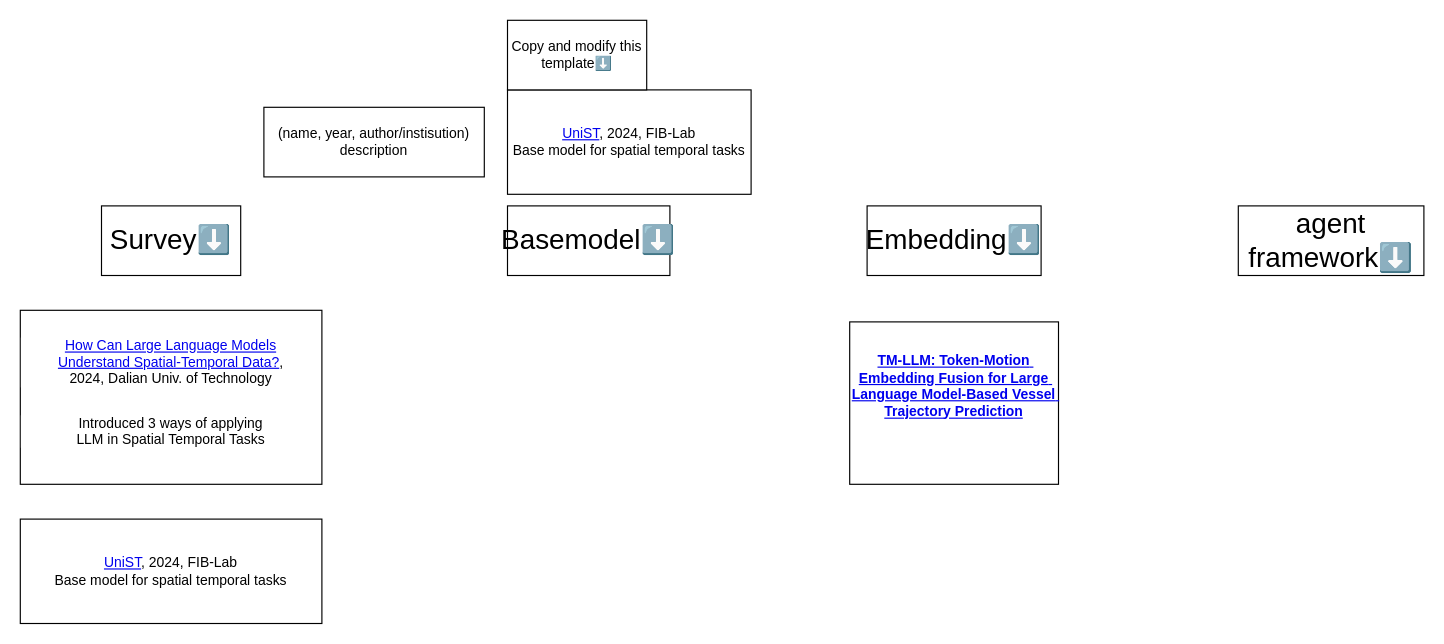
Above: literature-review.drawio in CaptainCCCP/Multi-agents-large-scale-migration-simulation (draw.io), before the change. Source tidied: cells renumbered, new cells numbered last; positions are measured from the earlier drawing's top-left corner, leaving out a move shared by most shapes. Both pictures are drawn from the tidied source at 116%, with x=0, y=0 at pixel (20, 20).
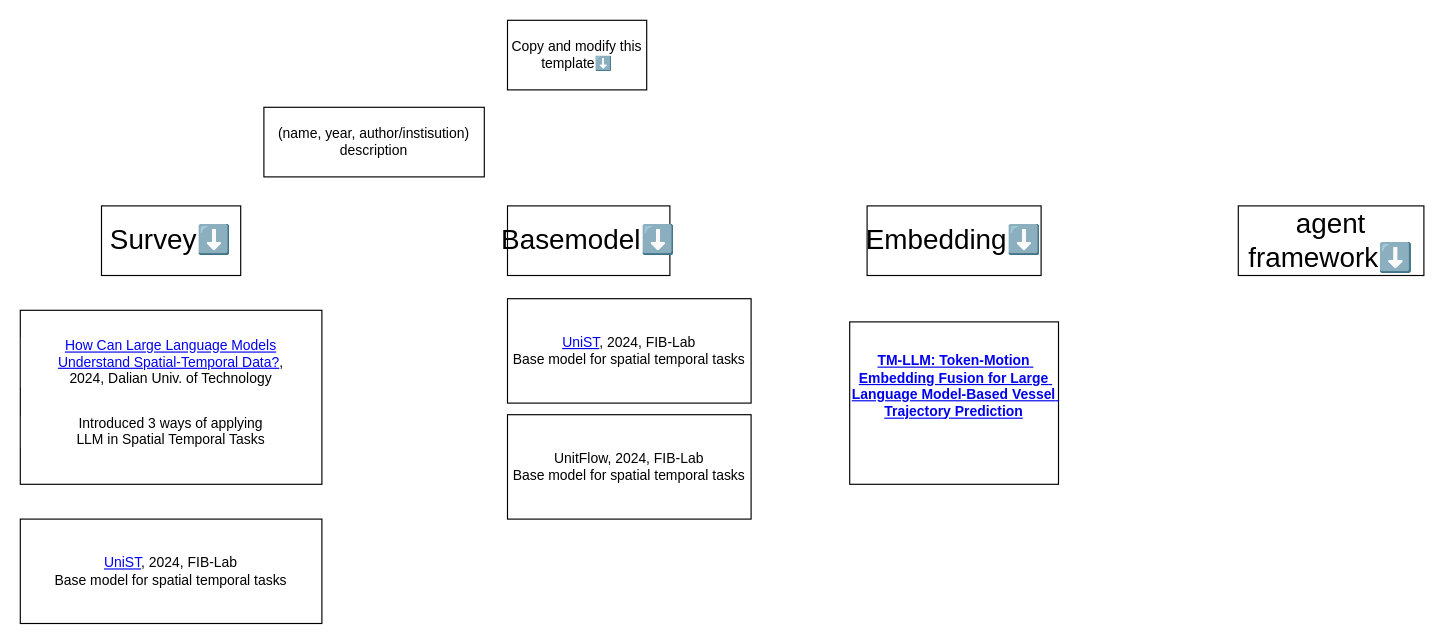
The same page after the edit.

Diff of the diagram source:
```diff
@@
 <mxGraphModel>
   <root>
     <mxCell id="0" />
     <mxCell id="1" parent="0" />
     <mxCell id="2" value="&lt;a href=&quot;https://arxiv.org/abs/2402.11838&quot;&gt;UniST&lt;/a&gt;, 2024, FIB-Lab&lt;div&gt;Base model for spatial temporal tasks&lt;/div&gt;" style="rounded=0;whiteSpace=wrap;html=1;" parent="1" vertex="1">
-      <mxGeometry x="420" y="60" width="210" height="90" as="geometry" />
+      <mxGeometry x="420" y="240" width="210" height="90" as="geometry" />
     </mxCell>
     <mxCell id="3" value="&lt;p style=&quot;box-sizing: border-box; margin-top: 1rem; margin-bottom: 1.5rem; font-weight: 400; line-height: 1.2; font-family: rival-sans; text-wrap: balance; max-inline-size: 52rem; background-color: light-dark(rgb(255, 255, 255), rgb(18, 18, 18));&quot;&gt;&lt;font style=&quot;font-size: 12px;&quot;&gt;&lt;a href=&quot;https://arxiv.org/html/2401.14192v2#S1.F1&quot;&gt;How Can Large Language Models Understand Spatial-Temporal Data?&lt;/a&gt;, 2024,&lt;/font&gt;&lt;font style=&quot;font-size: 12px;&quot;&gt;&lt;font style=&quot;&quot;&gt;&amp;nbsp;&lt;/font&gt;&lt;span style=&quot;background-color: transparent; font-family: Arial, sans-serif; white-space-collapse: preserve; color: light-dark(rgb(0, 0, 0), rgb(255, 255, 255));&quot;&gt;Dalian Univ. of Technology&lt;/span&gt;&lt;/font&gt;&lt;/p&gt;&lt;p style=&quot;box-sizing: border-box; margin-top: 1rem; margin-bottom: 1.5rem; font-weight: 400; line-height: 1.2; font-family: rival-sans; text-wrap: balance; max-inline-size: 52rem; background-color: light-dark(rgb(255, 255, 255), rgb(18, 18, 18));&quot;&gt;&lt;font style=&quot;font-size: 12px;&quot;&gt;&lt;span style=&quot;background-color: transparent; font-family: Arial, sans-serif; white-space-collapse: preserve; color: light-dark(rgb(0, 0, 0), rgb(255, 255, 255));&quot;&gt;Introduced 3 ways of applying LLM in Spatial Temporal Tasks&lt;/span&gt;&lt;/font&gt;&lt;/p&gt;" style="rounded=0;whiteSpace=wrap;html=1;" parent="1" vertex="1">
       <mxGeometry y="250" width="260" height="150" as="geometry" />
     </mxCell>
     <mxCell id="4" value="Copy and modify this template⬇️" style="rounded=0;whiteSpace=wrap;html=1;" parent="1" vertex="1">
       <mxGeometry x="420" width="120" height="60" as="geometry" />
     </mxCell>
     <mxCell id="5" value="&lt;font style=&quot;font-size: 24px;&quot;&gt;Survey⬇️&lt;/font&gt;" style="rounded=0;whiteSpace=wrap;html=1;" parent="1" vertex="1">
       <mxGeometry x="70" y="160" width="120" height="60" as="geometry" />
     </mxCell>
     <mxCell id="6" value="&lt;font style=&quot;font-size: 24px;&quot;&gt;Basemodel⬇️&lt;/font&gt;" style="rounded=0;whiteSpace=wrap;html=1;" parent="1" vertex="1">
       <mxGeometry x="420" y="160" width="140" height="60" as="geometry" />
     </mxCell>
     <mxCell id="7" value="&lt;span style=&quot;font-size: 24px;&quot;&gt;Embedding⬇️&lt;/span&gt;" style="rounded=0;whiteSpace=wrap;html=1;" parent="1" vertex="1">
       <mxGeometry x="730" y="160" width="150" height="60" as="geometry" />
     </mxCell>
     <mxCell id="8" value="&lt;span style=&quot;font-size: 24px;&quot;&gt;agent framework⬇️&lt;/span&gt;" style="rounded=0;whiteSpace=wrap;html=1;" parent="1" vertex="1">
       <mxGeometry x="1050" y="160" width="160" height="60" as="geometry" />
     </mxCell>
     <mxCell id="9" value="(name, year, author/instisution)&lt;br&gt;description" style="rounded=0;whiteSpace=wrap;html=1;" parent="1" vertex="1">
       <mxGeometry x="210" y="75" width="190" height="60" as="geometry" />
     </mxCell>
     <mxCell id="10" value="&lt;a href=&quot;https://arxiv.org/abs/2402.11838&quot;&gt;UniST&lt;/a&gt;, 2024, FIB-Lab&lt;div&gt;Base model for spatial temporal tasks&lt;/div&gt;" style="rounded=0;whiteSpace=wrap;html=1;" parent="1" vertex="1">
       <mxGeometry y="430" width="260" height="90" as="geometry" />
     </mxCell>
     <mxCell id="11" value="&lt;span id=&quot;docs-internal-guid-f6d5f99a-7fff-edce-4877-a3812eaec647&quot;&gt;&lt;p style=&quot;line-height:1.2;margin-top:0pt;margin-bottom:0pt;&quot; dir=&quot;ltr&quot;&gt;&lt;span style=&quot;font-family: &amp;quot;Plus Jakarta Sans&amp;quot;, sans-serif; background-color: transparent; font-weight: 700; font-variant-numeric: normal; font-variant-east-asian: normal; font-variant-alternates: normal; font-variant-position: normal; font-variant-emoji: normal; vertical-align: baseline; white-space-collapse: preserve;&quot;&gt;&lt;font style=&quot;font-size: 12px;&quot;&gt;&lt;a href=&quot;https://ieeexplore.ieee.org/document/10827542&quot;&gt;TM-LLM: Token-Motion Embedding Fusion for Large Language Model-Based Vessel Trajectory Prediction&lt;/a&gt;&lt;/font&gt;&lt;/span&gt;&lt;/p&gt;&lt;a href=&quot;https://ieeexplore.ieee.org/document/10827542&quot;&gt;&lt;br&gt;&lt;/a&gt;&lt;br&gt;&lt;/span&gt;" style="rounded=0;whiteSpace=wrap;html=1;" parent="1" vertex="1">
       <mxGeometry x="715" y="260" width="180" height="140" as="geometry" />
     </mxCell>
+    <mxCell id="12" value="UnitFlow, 2024, FIB-Lab&lt;div&gt;Base model for spatial temporal tasks&lt;/div&gt;" style="rounded=0;whiteSpace=wrap;html=1;" parent="1" vertex="1">
+      <mxGeometry x="420" y="340" width="210" height="90" as="geometry" />
+    </mxCell>
   </root>
 </mxGraphModel>
```
